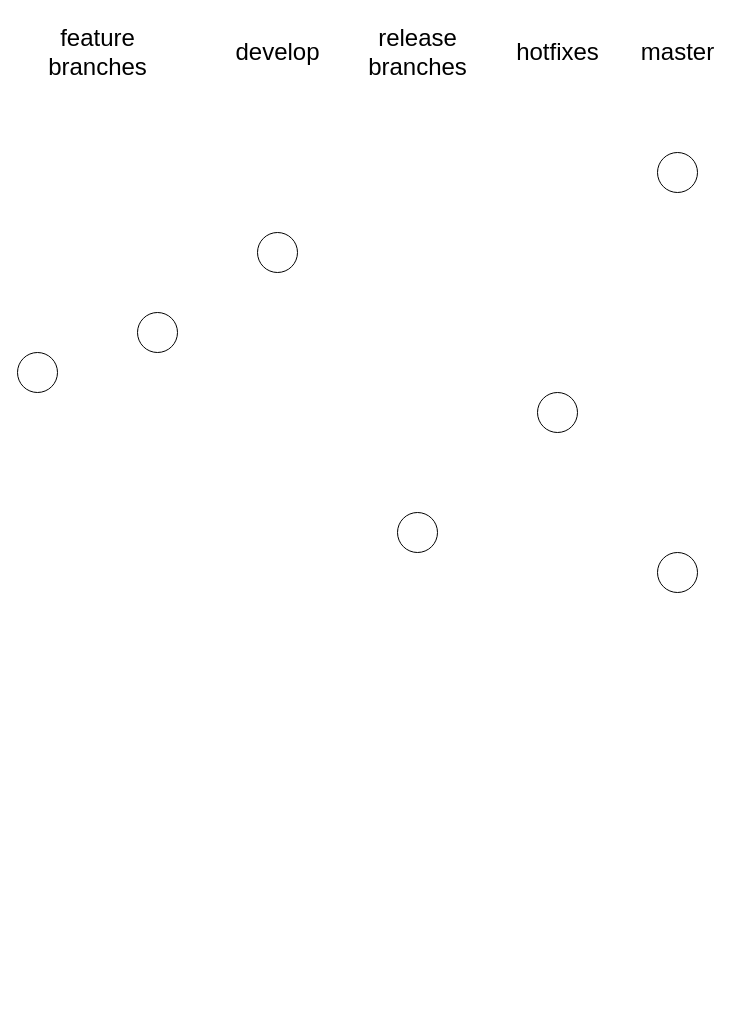
The draw.io diagram 07_team/04_branch/GitFlow.drawio in cashev/praha-challenge, before the edit. Source tidied: cells renumbered, new cells numbered last; positions are measured from the earlier drawing's top-left corner, leaving out a move shared by most shapes. Both pictures are drawn from the tidied source at 100%, with x=0, y=0 at pixel (17, 17).
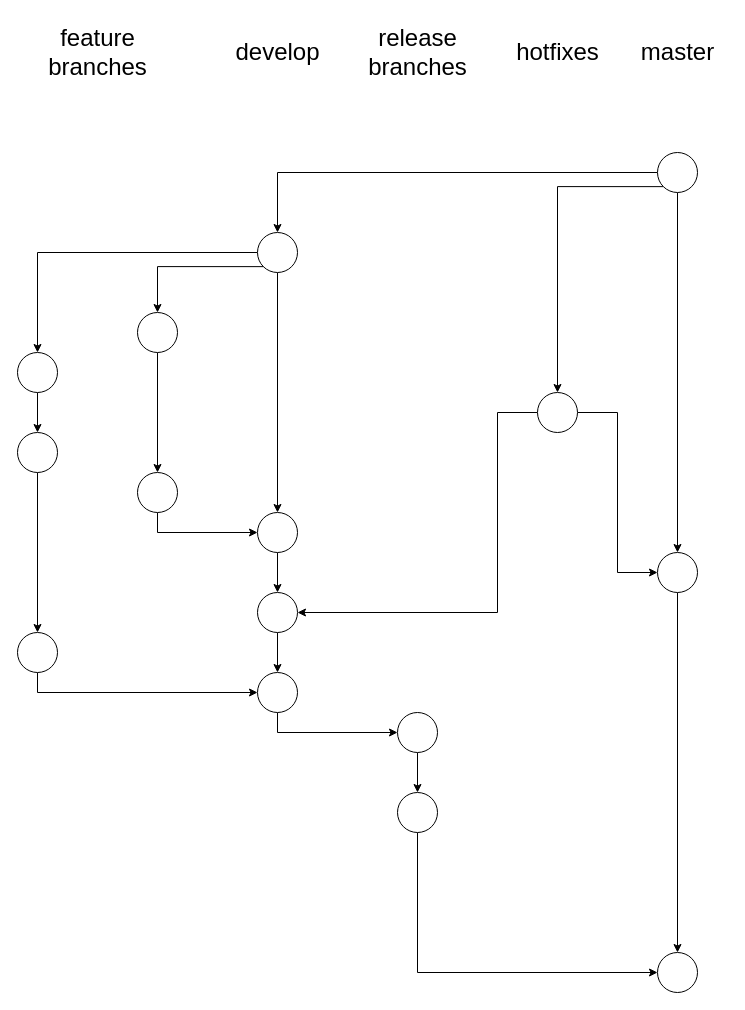
Above is the later version.

Unchanged cells that the change refers to:
```xml
<mxCell id="2" style="ellipse;whiteSpace=wrap;html=1;" parent="1" vertex="1">
  <mxGeometry x="640" y="135" width="40" height="40" as="geometry" />
</mxCell>
<mxCell id="3" style="ellipse;whiteSpace=wrap;html=1;" parent="1" vertex="1">
  <mxGeometry x="640" y="535" width="40" height="40" as="geometry" />
</mxCell>
<mxCell id="4" style="ellipse;whiteSpace=wrap;html=1;" parent="1" vertex="1">
  <mxGeometry x="520" y="375" width="40" height="40" as="geometry" />
</mxCell>
<mxCell id="8" style="ellipse;whiteSpace=wrap;html=1;" parent="1" vertex="1">
  <mxGeometry y="335" width="40" height="40" as="geometry" />
</mxCell>
```

What changed in the source:
```diff
@@
+    <mxCell id="14" style="edgeStyle=orthogonalEdgeStyle;rounded=0;jettySize=auto;html=1;exitX=0.5;exitY=1;exitDx=0;exitDy=0;" parent="1" edge="1" source="2" target="3">
+      <mxGeometry relative="1" as="geometry" />
+    </mxCell>
+    <mxCell id="15" style="edgeStyle=orthogonalEdgeStyle;rounded=0;jettySize=auto;html=1;exitX=0;exitY=0.5;exitDx=0;exitDy=0;entryX=0.5;entryY=0;entryDx=0;entryDy=0;" parent="1" edge="1" source="2" target="5">
+      <mxGeometry relative="1" as="geometry" />
+    </mxCell>
+    <mxCell id="16" style="edgeStyle=orthogonalEdgeStyle;rounded=0;jettySize=auto;html=1;exitX=0;exitY=1;exitDx=0;exitDy=0;" parent="1" edge="1" source="2" target="4">
+      <mxGeometry relative="1" as="geometry" />
+    </mxCell>
@@
+    <mxCell id="17" style="edgeStyle=orthogonalEdgeStyle;rounded=0;jettySize=auto;html=1;exitX=0.5;exitY=1;exitDx=0;exitDy=0;entryX=0.5;entryY=0;entryDx=0;entryDy=0;" parent="1" edge="1" source="3" target="39">
+      <mxGeometry relative="1" as="geometry" />
+    </mxCell>
@@
+    <mxCell id="18" style="edgeStyle=orthogonalEdgeStyle;rounded=0;jettySize=auto;html=1;exitX=1;exitY=0.5;exitDx=0;exitDy=0;entryX=0;entryY=0.5;entryDx=0;entryDy=0;" parent="1" edge="1" source="4" target="3">
+      <mxGeometry relative="1" as="geometry" />
+    </mxCell>
+    <mxCell id="19" style="edgeStyle=orthogonalEdgeStyle;rounded=0;jettySize=auto;html=1;exitX=0;exitY=0.5;exitDx=0;exitDy=0;entryX=1;entryY=0.5;entryDx=0;entryDy=0;" parent="1" edge="1" source="4" target="34">
+      <mxGeometry relative="1" as="geometry">
+        <Array as="points">
+          <mxPoint x="480" y="395" />
+          <mxPoint x="480" y="595" />
+        </Array>
+      </mxGeometry>
+    </mxCell>
@@
+    <mxCell id="20" style="edgeStyle=orthogonalEdgeStyle;rounded=0;jettySize=auto;html=1;exitX=0.5;exitY=1;exitDx=0;exitDy=0;entryX=0.5;entryY=0;entryDx=0;entryDy=0;" parent="1" edge="1" source="28" target="6">
+      <mxGeometry relative="1" as="geometry" />
+    </mxCell>
+    <mxCell id="21" style="edgeStyle=orthogonalEdgeStyle;rounded=0;jettySize=auto;html=1;exitX=0;exitY=0.5;exitDx=0;exitDy=0;entryX=0.5;entryY=0;entryDx=0;entryDy=0;" parent="1" edge="1" source="5" target="8">
+      <mxGeometry relative="1" as="geometry" />
+    </mxCell>
+    <mxCell id="22" style="edgeStyle=orthogonalEdgeStyle;rounded=0;jettySize=auto;html=1;exitX=0.5;exitY=1;exitDx=0;exitDy=0;" parent="1" edge="1" source="5" target="32">
+      <mxGeometry relative="1" as="geometry" />
+    </mxCell>
-    <mxCell id="5" style="ellipse;whiteSpace=wrap;html=1;" parent="1" vertex="1">
+    <mxCell id="5" style="ellipse;whiteSpace=wrap;html=1;shadow=0;gradientColor=none;" parent="1" vertex="1">
       <mxGeometry x="240" y="215" width="40" height="40" as="geometry" />
     </mxCell>
+    <mxCell id="23" style="edgeStyle=orthogonalEdgeStyle;rounded=0;jettySize=auto;html=1;exitX=0.5;exitY=1;exitDx=0;exitDy=0;entryX=0;entryY=0.5;entryDx=0;entryDy=0;" parent="1" edge="1" source="6" target="32">
+      <mxGeometry relative="1" as="geometry" />
+    </mxCell>
     <mxCell id="6" style="ellipse;whiteSpace=wrap;html=1;" parent="1" vertex="1">
-      <mxGeometry x="120" y="295" width="40" height="40" as="geometry" />
+      <mxGeometry x="120" y="455" width="40" height="40" as="geometry" />
     </mxCell>
-    <mxCell id="7" style="ellipse;whiteSpace=wrap;html=1;" parent="1" vertex="1">
-      <mxGeometry x="380" y="495" width="40" height="40" as="geometry" />
-    </mxCell>
+    <mxCell id="24" style="edgeStyle=orthogonalEdgeStyle;rounded=0;jettySize=auto;html=1;exitX=0.5;exitY=1;exitDx=0;exitDy=0;entryX=0.5;entryY=0;entryDx=0;entryDy=0;" parent="1" edge="1" source="8" target="26">
+      <mxGeometry relative="1" as="geometry" />
+    </mxCell>
@@
+    <mxCell id="25" style="edgeStyle=orthogonalEdgeStyle;rounded=0;jettySize=auto;html=1;exitX=0.5;exitY=1;exitDx=0;exitDy=0;entryX=0.5;entryY=0;entryDx=0;entryDy=0;" parent="1" edge="1" source="26" target="30">
+      <mxGeometry relative="1" as="geometry" />
+    </mxCell>
+    <mxCell id="26" style="ellipse;whiteSpace=wrap;html=1;" parent="1" vertex="1">
+      <mxGeometry y="415" width="40" height="40" as="geometry" />
+    </mxCell>
+    <mxCell id="27" style="edgeStyle=orthogonalEdgeStyle;rounded=0;jettySize=auto;html=1;exitX=0;exitY=1;exitDx=0;exitDy=0;entryX=0.5;entryY=0;entryDx=0;entryDy=0;" parent="1" edge="1" source="5" target="28">
+      <mxGeometry relative="1" as="geometry" />
+    </mxCell>
+    <mxCell id="28" style="ellipse;whiteSpace=wrap;html=1;" parent="1" vertex="1">
+      <mxGeometry x="120" y="295" width="40" height="40" as="geometry" />
+    </mxCell>
+    <mxCell id="29" style="edgeStyle=orthogonalEdgeStyle;rounded=0;jettySize=auto;html=1;exitX=0.5;exitY=1;exitDx=0;exitDy=0;entryX=0;entryY=0.5;entryDx=0;entryDy=0;" parent="1" edge="1" source="30" target="36">
+      <mxGeometry relative="1" as="geometry" />
+    </mxCell>
+    <mxCell id="30" style="ellipse;whiteSpace=wrap;html=1;" parent="1" vertex="1">
+      <mxGeometry y="615" width="40" height="40" as="geometry" />
+    </mxCell>
+    <mxCell id="31" style="edgeStyle=orthogonalEdgeStyle;rounded=0;jettySize=auto;html=1;exitX=0.5;exitY=1;exitDx=0;exitDy=0;entryX=0.5;entryY=0;entryDx=0;entryDy=0;" parent="1" edge="1" source="32" target="34">
+      <mxGeometry relative="1" as="geometry" />
+    </mxCell>
+    <mxCell id="32" style="ellipse;whiteSpace=wrap;html=1;" parent="1" vertex="1">
+      <mxGeometry x="240" y="495" width="40" height="40" as="geometry" />
+    </mxCell>
+    <mxCell id="33" style="edgeStyle=orthogonalEdgeStyle;rounded=0;jettySize=auto;html=1;exitX=0.5;exitY=1;exitDx=0;exitDy=0;entryX=0.5;entryY=0;entryDx=0;entryDy=0;" parent="1" edge="1" source="34" target="36">
+      <mxGeometry relative="1" as="geometry" />
+    </mxCell>
+    <mxCell id="34" style="ellipse;whiteSpace=wrap;html=1;" parent="1" vertex="1">
+      <mxGeometry x="240" y="575" width="40" height="40" as="geometry" />
+    </mxCell>
+    <mxCell id="35" style="edgeStyle=orthogonalEdgeStyle;rounded=0;jettySize=auto;html=1;exitX=0.5;exitY=1;exitDx=0;exitDy=0;entryX=0;entryY=0.5;entryDx=0;entryDy=0;" parent="1" edge="1" source="36" target="38">
+      <mxGeometry relative="1" as="geometry" />
+    </mxCell>
+    <mxCell id="36" style="ellipse;whiteSpace=wrap;html=1;" parent="1" vertex="1">
+      <mxGeometry x="240" y="655" width="40" height="40" as="geometry" />
+    </mxCell>
+    <mxCell id="37" style="edgeStyle=orthogonalEdgeStyle;rounded=0;jettySize=auto;html=1;exitX=0.5;exitY=1;exitDx=0;exitDy=0;" parent="1" edge="1" source="38" target="41">
+      <mxGeometry relative="1" as="geometry" />
+    </mxCell>
+    <mxCell id="38" style="ellipse;whiteSpace=wrap;html=1;" parent="1" vertex="1">
+      <mxGeometry x="380" y="695" width="40" height="40" as="geometry" />
+    </mxCell>
+    <mxCell id="39" style="ellipse;whiteSpace=wrap;html=1;" parent="1" vertex="1">
+      <mxGeometry x="640" y="935" width="40" height="40" as="geometry" />
+    </mxCell>
+    <mxCell id="40" style="edgeStyle=orthogonalEdgeStyle;rounded=0;jettySize=auto;html=1;exitX=0.5;exitY=1;exitDx=0;exitDy=0;entryX=0;entryY=0.5;entryDx=0;entryDy=0;" parent="1" edge="1" source="41" target="39">
+      <mxGeometry relative="1" as="geometry" />
+    </mxCell>
+    <mxCell id="41" style="ellipse;whiteSpace=wrap;html=1;" parent="1" vertex="1">
+      <mxGeometry x="380" y="775" width="40" height="40" as="geometry" />
+    </mxCell>
```
